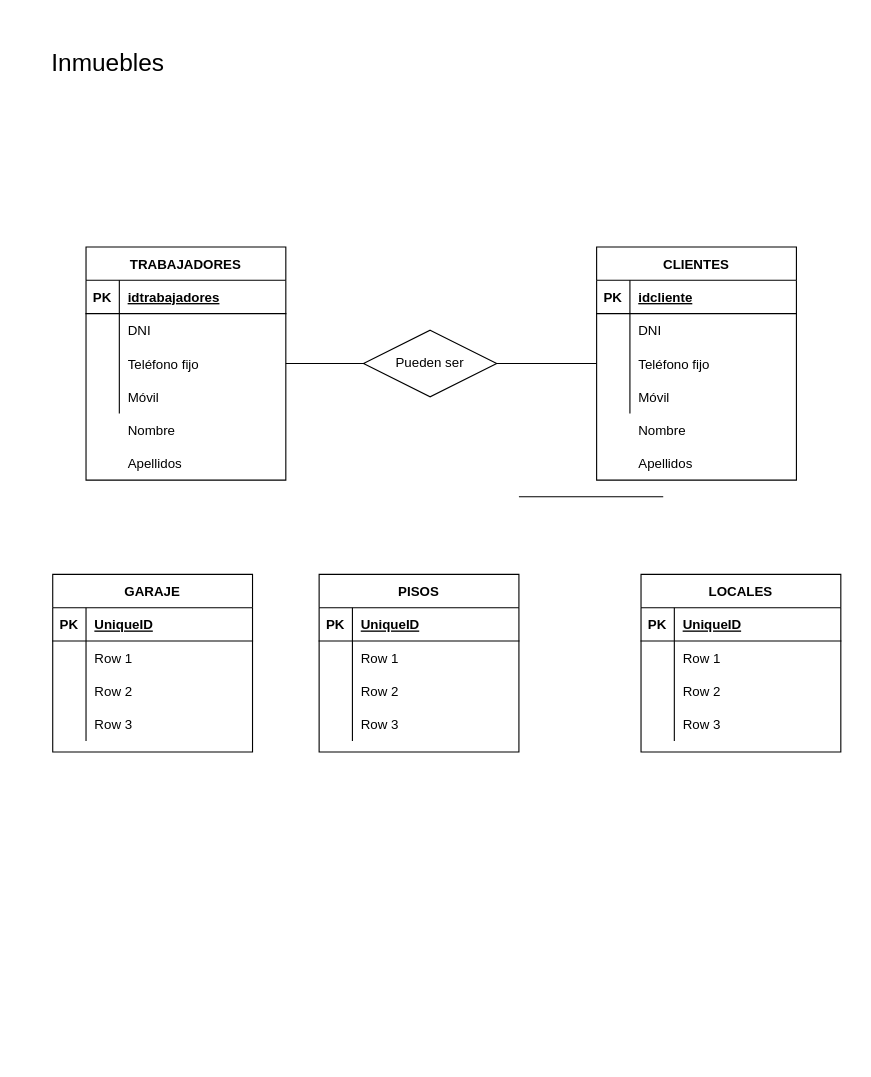
IzanDuesoLopez/TA12-Diagramas-ER keeps this draw.io diagram as page "Inmuebles" (15 of 15) of Ejercicio3.drawio.xml. Above is the earlier version. Source tidied: cells renumbered, new cells numbered last; positions are measured from the earlier drawing's top-left corner, leaving out a move shared by most shapes. Both pictures are drawn from the tidied source at 111%, with x=0, y=0 at pixel (19, 19).
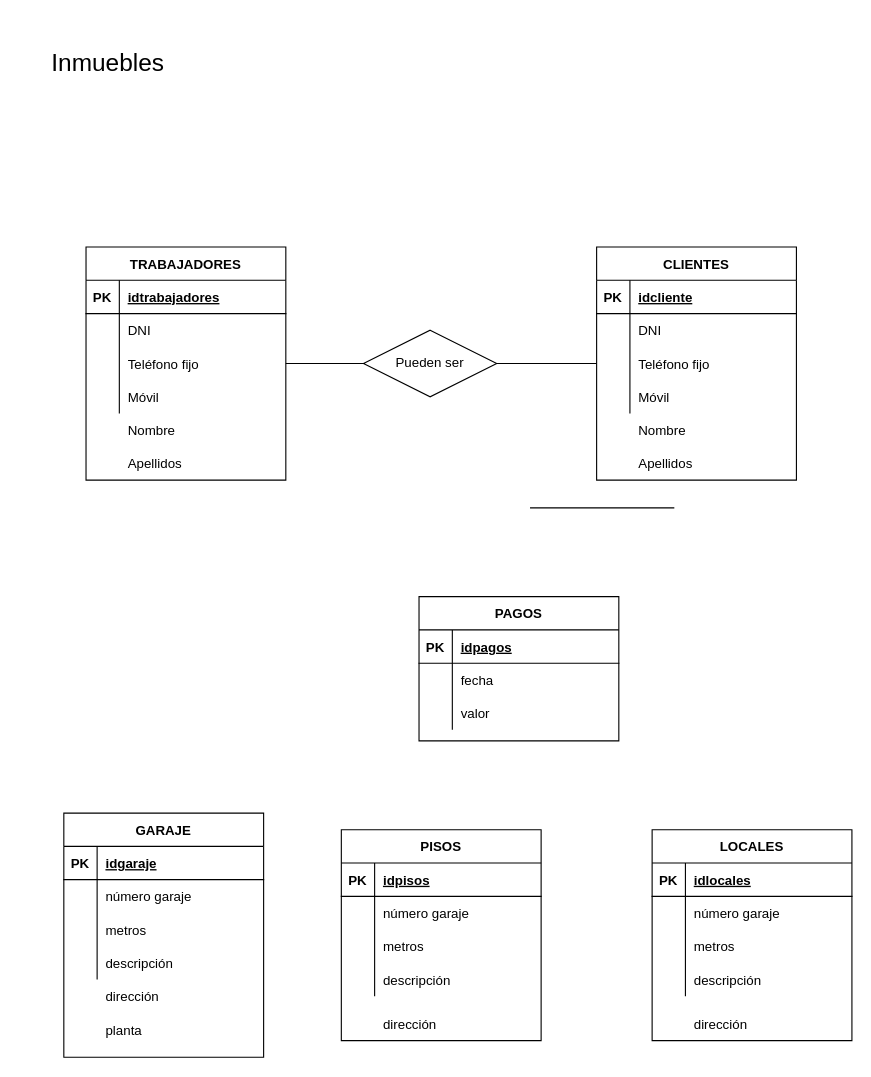
Above is the later version.

Unchanged cells that the change refers to:
```xml
<mxCell id="65" style="shape=tableRow;horizontal=0;startSize=0;swimlaneHead=0;swimlaneBody=0;fillColor=none;top=0;left=0;right=0;bottom=1;" parent="64" vertex="1">
  <mxGeometry y="30" width="180" height="30" as="geometry" />
</mxCell>
<mxCell id="68" style="shape=tableRow;horizontal=0;startSize=0;swimlaneHead=0;swimlaneBody=0;fillColor=none;top=0;left=0;right=0;bottom=0;" parent="64" vertex="1">
  <mxGeometry y="60" width="180" height="30" as="geometry" />
</mxCell>
<mxCell id="71" style="shape=tableRow;horizontal=0;startSize=0;swimlaneHead=0;swimlaneBody=0;fillColor=none;top=0;left=0;right=0;bottom=0;" parent="64" vertex="1">
  <mxGeometry y="90" width="180" height="30" as="geometry" />
</mxCell>
<mxCell id="74" style="shape=tableRow;horizontal=0;startSize=0;swimlaneHead=0;swimlaneBody=0;fillColor=none;top=0;left=0;right=0;bottom=0;" parent="64" vertex="1">
  <mxGeometry y="120" width="180" height="30" as="geometry" />
</mxCell>
```

What changed in the source:
```diff
@@
-    <mxCell id="38" value="PISOS" style="shape=table;startSize=30;childLayout=tableLayout;rowLines=0;fontStyle=1;align=center;" parent="1" vertex="1">
-      <mxGeometry x="270" y="500" width="180" height="160" as="geometry" />
-    </mxCell>
-    <mxCell id="39" style="shape=tableRow;horizontal=0;startSize=0;swimlaneHead=0;swimlaneBody=0;fillColor=none;top=0;left=0;right=0;bottom=1;" parent="38" vertex="1">
-      <mxGeometry y="30" width="180" height="30" as="geometry" />
-    </mxCell>
-    <mxCell id="40" value="PK" style="shape=partialRectangle;fillColor=none;top=0;left=0;bottom=0;right=0;fontStyle=1;overflow=hidden;" parent="39" vertex="1">
-      <mxGeometry width="30" height="30" as="geometry" />
-    </mxCell>
-    <mxCell id="41" value="UniqueID" style="shape=partialRectangle;fillColor=none;top=0;left=0;bottom=0;right=0;align=left;spacingLeft=6;fontStyle=5;overflow=hidden;" parent="39" vertex="1">
-      <mxGeometry x="30" width="150" height="30" as="geometry" />
-    </mxCell>
-    <mxCell id="42" style="shape=tableRow;horizontal=0;startSize=0;swimlaneHead=0;swimlaneBody=0;fillColor=none;top=0;left=0;right=0;bottom=0;" parent="38" vertex="1">
-      <mxGeometry y="60" width="180" height="30" as="geometry" />
-    </mxCell>
-    <mxCell id="43" style="shape=partialRectangle;fillColor=none;top=0;left=0;bottom=0;right=0;overflow=hidden;" parent="42" vertex="1">
-      <mxGeometry width="30" height="30" as="geometry" />
-    </mxCell>
-    <mxCell id="44" value="Row 1" style="shape=partialRectangle;fillColor=none;top=0;left=0;bottom=0;right=0;align=left;spacingLeft=6;overflow=hidden;" parent="42" vertex="1">
-      <mxGeometry x="30" width="150" height="30" as="geometry" />
-    </mxCell>
-    <mxCell id="45" style="shape=tableRow;horizontal=0;startSize=0;swimlaneHead=0;swimlaneBody=0;fillColor=none;top=0;left=0;right=0;bottom=0;" parent="38" vertex="1">
-      <mxGeometry y="90" width="180" height="30" as="geometry" />
-    </mxCell>
-    <mxCell id="46" style="shape=partialRectangle;fillColor=none;top=0;left=0;bottom=0;right=0;overflow=hidden;" parent="45" vertex="1">
-      <mxGeometry width="30" height="30" as="geometry" />
-    </mxCell>
-    <mxCell id="47" value="Row 2" style="shape=partialRectangle;fillColor=none;top=0;left=0;bottom=0;right=0;align=left;spacingLeft=6;overflow=hidden;" parent="45" vertex="1">
-      <mxGeometry x="30" width="150" height="30" as="geometry" />
-    </mxCell>
-    <mxCell id="48" style="shape=tableRow;horizontal=0;startSize=0;swimlaneHead=0;swimlaneBody=0;fillColor=none;top=0;left=0;right=0;bottom=0;" parent="38" vertex="1">
-      <mxGeometry y="120" width="180" height="30" as="geometry" />
-    </mxCell>
-    <mxCell id="49" style="shape=partialRectangle;fillColor=none;top=0;left=0;bottom=0;right=0;overflow=hidden;" parent="48" vertex="1">
-      <mxGeometry width="30" height="30" as="geometry" />
-    </mxCell>
-    <mxCell id="50" value="Row 3" style="shape=partialRectangle;fillColor=none;top=0;left=0;bottom=0;right=0;align=left;spacingLeft=6;overflow=hidden;" parent="48" vertex="1">
-      <mxGeometry x="30" width="150" height="30" as="geometry" />
-    </mxCell>
-    <mxCell id="51" value="LOCALES" style="shape=table;startSize=30;childLayout=tableLayout;rowLines=0;fontStyle=1;align=center;" parent="1" vertex="1">
-      <mxGeometry x="560" y="500" width="180" height="160" as="geometry" />
-    </mxCell>
-    <mxCell id="52" style="shape=tableRow;horizontal=0;startSize=0;swimlaneHead=0;swimlaneBody=0;fillColor=none;top=0;left=0;right=0;bottom=1;" parent="51" vertex="1">
-      <mxGeometry y="30" width="180" height="30" as="geometry" />
-    </mxCell>
-    <mxCell id="53" value="PK" style="shape=partialRectangle;fillColor=none;top=0;left=0;bottom=0;right=0;fontStyle=1;overflow=hidden;" parent="52" vertex="1">
-      <mxGeometry width="30" height="30" as="geometry" />
-    </mxCell>
-    <mxCell id="54" value="UniqueID" style="shape=partialRectangle;fillColor=none;top=0;left=0;bottom=0;right=0;align=left;spacingLeft=6;fontStyle=5;overflow=hidden;" parent="52" vertex="1">
-      <mxGeometry x="30" width="150" height="30" as="geometry" />
-    </mxCell>
-    <mxCell id="55" style="shape=tableRow;horizontal=0;startSize=0;swimlaneHead=0;swimlaneBody=0;fillColor=none;top=0;left=0;right=0;bottom=0;" parent="51" vertex="1">
-      <mxGeometry y="60" width="180" height="30" as="geometry" />
-    </mxCell>
-    <mxCell id="56" style="shape=partialRectangle;fillColor=none;top=0;left=0;bottom=0;right=0;overflow=hidden;" parent="55" vertex="1">
-      <mxGeometry width="30" height="30" as="geometry" />
-    </mxCell>
-    <mxCell id="57" value="Row 1" style="shape=partialRectangle;fillColor=none;top=0;left=0;bottom=0;right=0;align=left;spacingLeft=6;overflow=hidden;" parent="55" vertex="1">
-      <mxGeometry x="30" width="150" height="30" as="geometry" />
-    </mxCell>
-    <mxCell id="58" style="shape=tableRow;horizontal=0;startSize=0;swimlaneHead=0;swimlaneBody=0;fillColor=none;top=0;left=0;right=0;bottom=0;" parent="51" vertex="1">
-      <mxGeometry y="90" width="180" height="30" as="geometry" />
-    </mxCell>
-    <mxCell id="59" style="shape=partialRectangle;fillColor=none;top=0;left=0;bottom=0;right=0;overflow=hidden;" parent="58" vertex="1">
-      <mxGeometry width="30" height="30" as="geometry" />
-    </mxCell>
-    <mxCell id="60" value="Row 2" style="shape=partialRectangle;fillColor=none;top=0;left=0;bottom=0;right=0;align=left;spacingLeft=6;overflow=hidden;" parent="58" vertex="1">
-      <mxGeometry x="30" width="150" height="30" as="geometry" />
-    </mxCell>
-    <mxCell id="61" style="shape=tableRow;horizontal=0;startSize=0;swimlaneHead=0;swimlaneBody=0;fillColor=none;top=0;left=0;right=0;bottom=0;" parent="51" vertex="1">
-      <mxGeometry y="120" width="180" height="30" as="geometry" />
-    </mxCell>
-    <mxCell id="62" style="shape=partialRectangle;fillColor=none;top=0;left=0;bottom=0;right=0;overflow=hidden;" parent="61" vertex="1">
-      <mxGeometry width="30" height="30" as="geometry" />
-    </mxCell>
-    <mxCell id="63" value="Row 3" style="shape=partialRectangle;fillColor=none;top=0;left=0;bottom=0;right=0;align=left;spacingLeft=6;overflow=hidden;" parent="61" vertex="1">
-      <mxGeometry x="30" width="150" height="30" as="geometry" />
-    </mxCell>
     <mxCell id="64" value="GARAJE" style="shape=table;startSize=30;childLayout=tableLayout;rowLines=0;fontStyle=1;align=center;" parent="1" vertex="1">
-      <mxGeometry x="30" y="500" width="180" height="160" as="geometry" />
+      <mxGeometry x="40" y="715" width="180" height="220" as="geometry" />
     </mxCell>
@@
-    <mxCell id="67" value="UniqueID" style="shape=partialRectangle;fillColor=none;top=0;left=0;bottom=0;right=0;align=left;spacingLeft=6;fontStyle=5;overflow=hidden;" parent="65" vertex="1">
+    <mxCell id="67" value="idgaraje" style="shape=partialRectangle;fillColor=none;top=0;left=0;bottom=0;right=0;align=left;spacingLeft=6;fontStyle=5;overflow=hidden;" parent="65" vertex="1">
       <mxGeometry x="30" width="150" height="30" as="geometry" />
     </mxCell>
@@
-    <mxCell id="70" value="Row 1" style="shape=partialRectangle;fillColor=none;top=0;left=0;bottom=0;right=0;align=left;spacingLeft=6;overflow=hidden;" parent="68" vertex="1">
+    <mxCell id="70" value="número garaje" style="shape=partialRectangle;fillColor=none;top=0;left=0;bottom=0;right=0;align=left;spacingLeft=6;overflow=hidden;" parent="68" vertex="1">
       <mxGeometry x="30" width="150" height="30" as="geometry" />
     </mxCell>
@@
-    <mxCell id="73" value="Row 2" style="shape=partialRectangle;fillColor=none;top=0;left=0;bottom=0;right=0;align=left;spacingLeft=6;overflow=hidden;" parent="71" vertex="1">
+    <mxCell id="73" value="metros" style="shape=partialRectangle;fillColor=none;top=0;left=0;bottom=0;right=0;align=left;spacingLeft=6;overflow=hidden;" parent="71" vertex="1">
       <mxGeometry x="30" width="150" height="30" as="geometry" />
     </mxCell>
@@
-    <mxCell id="76" value="Row 3" style="shape=partialRectangle;fillColor=none;top=0;left=0;bottom=0;right=0;align=left;spacingLeft=6;overflow=hidden;" parent="74" vertex="1">
+    <mxCell id="76" value="descripción" style="shape=partialRectangle;fillColor=none;top=0;left=0;bottom=0;right=0;align=left;spacingLeft=6;overflow=hidden;" parent="74" vertex="1">
       <mxGeometry x="30" width="150" height="30" as="geometry" />
     </mxCell>
     <mxCell id="77" style="endArrow=none;html=1;rounded=0;" parent="1" edge="1">
       <mxGeometry relative="1" as="geometry">
-        <mxPoint x="450" y="430" as="sourcePoint" />
-        <mxPoint x="580" y="430" as="targetPoint" />
+        <mxPoint x="460" y="440" as="sourcePoint" />
+        <mxPoint x="590" y="440" as="targetPoint" />
       </mxGeometry>
     </mxCell>
+    <mxCell id="78" style="shape=tableRow;horizontal=0;startSize=0;swimlaneHead=0;swimlaneBody=0;fillColor=none;top=0;left=0;right=0;bottom=0;" parent="1" vertex="1">
+      <mxGeometry x="40" y="865" width="180" height="30" as="geometry" />
+    </mxCell>
+    <mxCell id="79" style="shape=partialRectangle;fillColor=none;top=0;left=0;bottom=0;right=0;overflow=hidden;" parent="78" vertex="1">
+      <mxGeometry width="30" height="30" as="geometry" />
+    </mxCell>
+    <mxCell id="80" value="dirección" style="shape=partialRectangle;fillColor=none;top=0;left=0;bottom=0;right=0;align=left;spacingLeft=6;overflow=hidden;" parent="78" vertex="1">
+      <mxGeometry x="30" width="150" height="30" as="geometry" />
+    </mxCell>
+    <mxCell id="38" value="PISOS" style="shape=table;startSize=30;childLayout=tableLayout;rowLines=0;fontStyle=1;align=center;" parent="1" vertex="1">
+      <mxGeometry x="290" y="730" width="180" height="190" as="geometry" />
+    </mxCell>
+    <mxCell id="81" style="shape=tableRow;horizontal=0;startSize=0;swimlaneHead=0;swimlaneBody=0;fillColor=none;top=0;left=0;right=0;bottom=1;" parent="38" vertex="1">
+      <mxGeometry y="30" width="180" height="30" as="geometry" />
+    </mxCell>
+    <mxCell id="82" value="PK" style="shape=partialRectangle;fillColor=none;top=0;left=0;bottom=0;right=0;fontStyle=1;overflow=hidden;" parent="81" vertex="1">
+      <mxGeometry width="30" height="30" as="geometry" />
+    </mxCell>
+    <mxCell id="83" value="idpisos" style="shape=partialRectangle;fillColor=none;top=0;left=0;bottom=0;right=0;align=left;spacingLeft=6;fontStyle=5;overflow=hidden;" parent="81" vertex="1">
+      <mxGeometry x="30" width="150" height="30" as="geometry" />
+    </mxCell>
+    <mxCell id="84" style="shape=tableRow;horizontal=0;startSize=0;swimlaneHead=0;swimlaneBody=0;fillColor=none;top=0;left=0;right=0;bottom=0;" parent="38" vertex="1">
+      <mxGeometry y="60" width="180" height="30" as="geometry" />
+    </mxCell>
+    <mxCell id="85" style="shape=partialRectangle;fillColor=none;top=0;left=0;bottom=0;right=0;overflow=hidden;" parent="84" vertex="1">
+      <mxGeometry width="30" height="30" as="geometry" />
+    </mxCell>
+    <mxCell id="86" value="número garaje" style="shape=partialRectangle;fillColor=none;top=0;left=0;bottom=0;right=0;align=left;spacingLeft=6;overflow=hidden;" parent="84" vertex="1">
+      <mxGeometry x="30" width="150" height="30" as="geometry" />
+    </mxCell>
+    <mxCell id="87" style="shape=tableRow;horizontal=0;startSize=0;swimlaneHead=0;swimlaneBody=0;fillColor=none;top=0;left=0;right=0;bottom=0;" parent="38" vertex="1">
+      <mxGeometry y="90" width="180" height="30" as="geometry" />
+    </mxCell>
+    <mxCell id="88" style="shape=partialRectangle;fillColor=none;top=0;left=0;bottom=0;right=0;overflow=hidden;" parent="87" vertex="1">
+      <mxGeometry width="30" height="30" as="geometry" />
+    </mxCell>
+    <mxCell id="89" value="metros" style="shape=partialRectangle;fillColor=none;top=0;left=0;bottom=0;right=0;align=left;spacingLeft=6;overflow=hidden;" parent="87" vertex="1">
+      <mxGeometry x="30" width="150" height="30" as="geometry" />
+    </mxCell>
+    <mxCell id="90" style="shape=tableRow;horizontal=0;startSize=0;swimlaneHead=0;swimlaneBody=0;fillColor=none;top=0;left=0;right=0;bottom=0;" parent="38" vertex="1">
+      <mxGeometry y="120" width="180" height="30" as="geometry" />
+    </mxCell>
+    <mxCell id="91" style="shape=partialRectangle;fillColor=none;top=0;left=0;bottom=0;right=0;overflow=hidden;" parent="90" vertex="1">
+      <mxGeometry width="30" height="30" as="geometry" />
+    </mxCell>
+    <mxCell id="92" value="descripción" style="shape=partialRectangle;fillColor=none;top=0;left=0;bottom=0;right=0;align=left;spacingLeft=6;overflow=hidden;" parent="90" vertex="1">
+      <mxGeometry x="30" width="150" height="30" as="geometry" />
+    </mxCell>
+    <mxCell id="51" value="LOCALES" style="shape=table;startSize=30;childLayout=tableLayout;rowLines=0;fontStyle=1;align=center;" parent="1" vertex="1">
+      <mxGeometry x="570" y="730" width="180" height="190" as="geometry" />
+    </mxCell>
+    <mxCell id="93" style="shape=tableRow;horizontal=0;startSize=0;swimlaneHead=0;swimlaneBody=0;fillColor=none;top=0;left=0;right=0;bottom=1;" parent="51" vertex="1">
+      <mxGeometry y="30" width="180" height="30" as="geometry" />
+    </mxCell>
+    <mxCell id="94" value="PK" style="shape=partialRectangle;fillColor=none;top=0;left=0;bottom=0;right=0;fontStyle=1;overflow=hidden;" parent="93" vertex="1">
+      <mxGeometry width="30" height="30" as="geometry" />
+    </mxCell>
+    <mxCell id="95" value="idlocales" style="shape=partialRectangle;fillColor=none;top=0;left=0;bottom=0;right=0;align=left;spacingLeft=6;fontStyle=5;overflow=hidden;" parent="93" vertex="1">
+      <mxGeometry x="30" width="150" height="30" as="geometry" />
+    </mxCell>
+    <mxCell id="96" style="shape=tableRow;horizontal=0;startSize=0;swimlaneHead=0;swimlaneBody=0;fillColor=none;top=0;left=0;right=0;bottom=0;" parent="51" vertex="1">
+      <mxGeometry y="60" width="180" height="30" as="geometry" />
+    </mxCell>
+    <mxCell id="97" style="shape=partialRectangle;fillColor=none;top=0;left=0;bottom=0;right=0;overflow=hidden;" parent="96" vertex="1">
+      <mxGeometry width="30" height="30" as="geometry" />
+    </mxCell>
+    <mxCell id="98" value="número garaje" style="shape=partialRectangle;fillColor=none;top=0;left=0;bottom=0;right=0;align=left;spacingLeft=6;overflow=hidden;" parent="96" vertex="1">
+      <mxGeometry x="30" width="150" height="30" as="geometry" />
+    </mxCell>
+    <mxCell id="99" style="shape=tableRow;horizontal=0;startSize=0;swimlaneHead=0;swimlaneBody=0;fillColor=none;top=0;left=0;right=0;bottom=0;" parent="51" vertex="1">
+      <mxGeometry y="90" width="180" height="30" as="geometry" />
+    </mxCell>
+    <mxCell id="100" style="shape=partialRectangle;fillColor=none;top=0;left=0;bottom=0;right=0;overflow=hidden;" parent="99" vertex="1">
+      <mxGeometry width="30" height="30" as="geometry" />
+    </mxCell>
+    <mxCell id="101" value="metros" style="shape=partialRectangle;fillColor=none;top=0;left=0;bottom=0;right=0;align=left;spacingLeft=6;overflow=hidden;" parent="99" vertex="1">
+      <mxGeometry x="30" width="150" height="30" as="geometry" />
+    </mxCell>
+    <mxCell id="102" style="shape=tableRow;horizontal=0;startSize=0;swimlaneHead=0;swimlaneBody=0;fillColor=none;top=0;left=0;right=0;bottom=0;" parent="51" vertex="1">
+      <mxGeometry y="120" width="180" height="30" as="geometry" />
+    </mxCell>
+    <mxCell id="103" style="shape=partialRectangle;fillColor=none;top=0;left=0;bottom=0;right=0;overflow=hidden;" parent="102" vertex="1">
+      <mxGeometry width="30" height="30" as="geometry" />
+    </mxCell>
+    <mxCell id="104" value="descripción" style="shape=partialRectangle;fillColor=none;top=0;left=0;bottom=0;right=0;align=left;spacingLeft=6;overflow=hidden;" parent="102" vertex="1">
+      <mxGeometry x="30" width="150" height="30" as="geometry" />
+    </mxCell>
+    <mxCell id="105" value="dirección" style="shape=partialRectangle;fillColor=none;top=0;left=0;bottom=0;right=0;align=left;spacingLeft=6;overflow=hidden;" parent="1" vertex="1">
+      <mxGeometry x="320" y="890" width="150" height="30" as="geometry" />
+    </mxCell>
+    <mxCell id="106" value="dirección" style="shape=partialRectangle;fillColor=none;top=0;left=0;bottom=0;right=0;align=left;spacingLeft=6;overflow=hidden;" parent="1" vertex="1">
+      <mxGeometry x="600" y="890" width="150" height="30" as="geometry" />
+    </mxCell>
+    <mxCell id="107" value="planta" style="shape=partialRectangle;fillColor=none;top=0;left=0;bottom=0;right=0;align=left;spacingLeft=6;overflow=hidden;" parent="1" vertex="1">
+      <mxGeometry x="70" y="895" width="150" height="30" as="geometry" />
+    </mxCell>
+    <mxCell id="108" value="PAGOS" style="shape=table;startSize=30;childLayout=tableLayout;rowLines=0;fontStyle=1;align=center;" parent="1" vertex="1">
+      <mxGeometry x="360" y="520" width="180" height="130" as="geometry" />
+    </mxCell>
+    <mxCell id="109" style="shape=tableRow;horizontal=0;startSize=0;swimlaneHead=0;swimlaneBody=0;fillColor=none;top=0;left=0;right=0;bottom=1;" parent="108" vertex="1">
+      <mxGeometry y="30" width="180" height="30" as="geometry" />
+    </mxCell>
+    <mxCell id="110" value="PK" style="shape=partialRectangle;fillColor=none;top=0;left=0;bottom=0;right=0;fontStyle=1;overflow=hidden;" parent="109" vertex="1">
+      <mxGeometry width="30" height="30" as="geometry" />
+    </mxCell>
+    <mxCell id="111" value="idpagos" style="shape=partialRectangle;fillColor=none;top=0;left=0;bottom=0;right=0;align=left;spacingLeft=6;fontStyle=5;overflow=hidden;" parent="109" vertex="1">
+      <mxGeometry x="30" width="150" height="30" as="geometry" />
+    </mxCell>
+    <mxCell id="112" style="shape=tableRow;horizontal=0;startSize=0;swimlaneHead=0;swimlaneBody=0;fillColor=none;top=0;left=0;right=0;bottom=0;" parent="108" vertex="1">
+      <mxGeometry y="60" width="180" height="30" as="geometry" />
+    </mxCell>
+    <mxCell id="113" style="shape=partialRectangle;fillColor=none;top=0;left=0;bottom=0;right=0;overflow=hidden;" parent="112" vertex="1">
+      <mxGeometry width="30" height="30" as="geometry" />
+    </mxCell>
+    <mxCell id="114" value="fecha" style="shape=partialRectangle;fillColor=none;top=0;left=0;bottom=0;right=0;align=left;spacingLeft=6;overflow=hidden;" parent="112" vertex="1">
+      <mxGeometry x="30" width="150" height="30" as="geometry" />
+    </mxCell>
+    <mxCell id="115" style="shape=tableRow;horizontal=0;startSize=0;swimlaneHead=0;swimlaneBody=0;fillColor=none;top=0;left=0;right=0;bottom=0;" parent="108" vertex="1">
+      <mxGeometry y="90" width="180" height="30" as="geometry" />
+    </mxCell>
+    <mxCell id="116" style="shape=partialRectangle;fillColor=none;top=0;left=0;bottom=0;right=0;overflow=hidden;" parent="115" vertex="1">
+      <mxGeometry width="30" height="30" as="geometry" />
+    </mxCell>
+    <mxCell id="117" value="valor" style="shape=partialRectangle;fillColor=none;top=0;left=0;bottom=0;right=0;align=left;spacingLeft=6;overflow=hidden;" parent="115" vertex="1">
+      <mxGeometry x="30" width="150" height="30" as="geometry" />
+    </mxCell>
```
